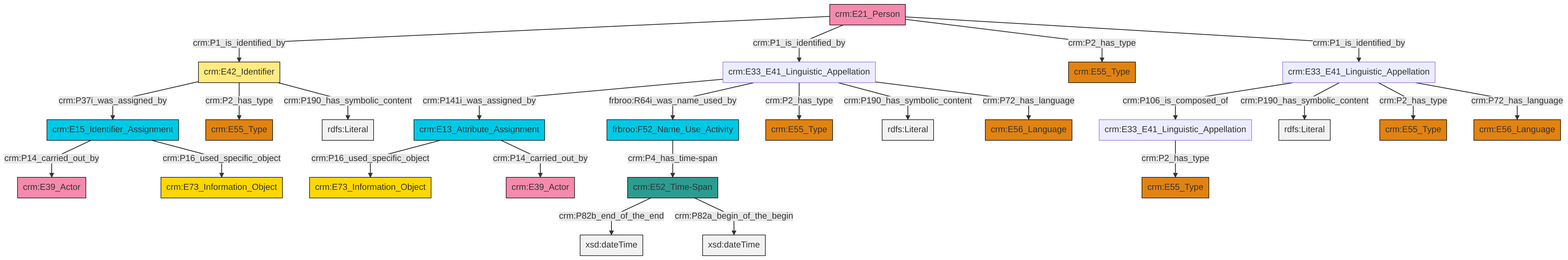
Before: et/personCSV/ttl/mmd/png/Person_Names_and_Classification.png, a diagram exported from Mermaid (swiss-art-research-net/reference-data-models). Its source is kept beside it as et/personCSV/ttl/mmd/Person_Names_and_Classification.ttl.mmd.
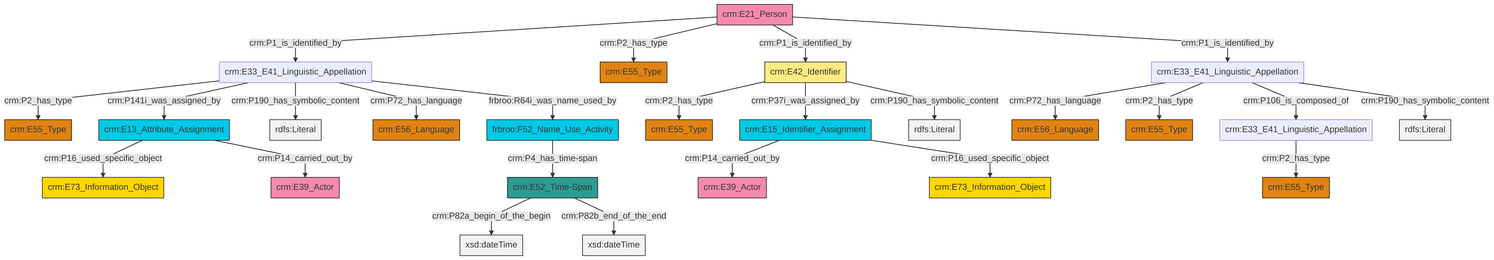
After the commit.

Change to the diagram source:
```diff
@@ -13,27 +13,27 @@
 classDef PC_Classes fill:#4ce600, stroke:#000000;
 classDef Multi fill:#cccccc,stroke:#000000;
 
-2["crm:E21_Person"]:::Actor -->|crm:P1_is_identified_by| 3["crm:E42_Identifier"]:::Appellation
-3["crm:E42_Identifier"]:::Appellation -->|crm:P37i_was_assigned_by| 6["crm:E15_Identifier_Assignment"]:::Temporal_Entity
-3["crm:E42_Identifier"]:::Appellation -->|crm:P2_has_type| 7["crm:E55_Type"]:::Type
-2["crm:E21_Person"]:::Actor -->|crm:P1_is_identified_by| 8["crm:E33_E41_Linguistic_Appellation"]:::Default
-11["crm:E52_Time-Span"]:::Time-Span -->|crm:P82b_end_of_the_end| 12[xsd:dateTime]:::Literal
-16["crm:E13_Attribute_Assignment"]:::Temporal_Entity -->|crm:P16_used_specific_object| 17["crm:E73_Information_Object"]:::Conceptual_Object
-11["crm:E52_Time-Span"]:::Time-Span -->|crm:P82a_begin_of_the_begin| 19[xsd:dateTime]:::Literal
-8["crm:E33_E41_Linguistic_Appellation"]:::Default -->|crm:P141i_was_assigned_by| 16["crm:E13_Attribute_Assignment"]:::Temporal_Entity
-6["crm:E15_Identifier_Assignment"]:::Temporal_Entity -->|crm:P14_carried_out_by| 23["crm:E39_Actor"]:::Actor
-2["crm:E21_Person"]:::Actor -->|crm:P2_has_type| 26["crm:E55_Type"]:::Type
-20["frbroo:F52_Name_Use_Activity"]:::Temporal_Entity -->|crm:P4_has_time-span| 11["crm:E52_Time-Span"]:::Time-Span
-8["crm:E33_E41_Linguistic_Appellation"]:::Default -->|frbroo:R64i_was_name_used_by| 20["frbroo:F52_Name_Use_Activity"]:::Temporal_Entity
-34["crm:E33_E41_Linguistic_Appellation"]:::Default -->|crm:P106_is_composed_of| 0["crm:E33_E41_Linguistic_Appellation"]:::Default
-6["crm:E15_Identifier_Assignment"]:::Temporal_Entity -->|crm:P16_used_specific_object| 14["crm:E73_Information_Object"]:::Conceptual_Object
-34["crm:E33_E41_Linguistic_Appellation"]:::Default -->|crm:P190_has_symbolic_content| 38[rdfs:Literal]:::Literal
-16["crm:E13_Attribute_Assignment"]:::Temporal_Entity -->|crm:P14_carried_out_by| 36["crm:E39_Actor"]:::Actor
-8["crm:E33_E41_Linguistic_Appellation"]:::Default -->|crm:P2_has_type| 28["crm:E55_Type"]:::Type
-34["crm:E33_E41_Linguistic_Appellation"]:::Default -->|crm:P2_has_type| 4["crm:E55_Type"]:::Type
-8["crm:E33_E41_Linguistic_Appellation"]:::Default -->|crm:P190_has_symbolic_content| 40[rdfs:Literal]:::Literal
-2["crm:E21_Person"]:::Actor -->|crm:P1_is_identified_by| 34["crm:E33_E41_Linguistic_Appellation"]:::Default
-0["crm:E33_E41_Linguistic_Appellation"]:::Default -->|crm:P2_has_type| 9["crm:E55_Type"]:::Type
-8["crm:E33_E41_Linguistic_Appellation"]:::Default -->|crm:P72_has_language| 31["crm:E56_Language"]:::Type
-3["crm:E42_Identifier"]:::Appellation -->|crm:P190_has_symbolic_content| 44[rdfs:Literal]:::Literal
-34["crm:E33_E41_Linguistic_Appellation"]:::Default -->|crm:P72_has_language| 42["crm:E56_Language"]:::Type
+0["crm:E33_E41_Linguistic_Appellation"]:::Default -->|crm:P2_has_type| 1["crm:E55_Type"]:::Type
+2["crm:E33_E41_Linguistic_Appellation"]:::Default -->|crm:P72_has_language| 3["crm:E56_Language"]:::Type
+7["crm:E42_Identifier"]:::Appellation -->|crm:P2_has_type| 8["crm:E55_Type"]:::Type
+0["crm:E33_E41_Linguistic_Appellation"]:::Default -->|crm:P141i_was_assigned_by| 11["crm:E13_Attribute_Assignment"]:::Temporal_Entity
+16["crm:E21_Person"]:::Actor -->|crm:P1_is_identified_by| 0["crm:E33_E41_Linguistic_Appellation"]:::Default
+16["crm:E21_Person"]:::Actor -->|crm:P2_has_type| 25["crm:E55_Type"]:::Type
+16["crm:E21_Person"]:::Actor -->|crm:P1_is_identified_by| 7["crm:E42_Identifier"]:::Appellation
+0["crm:E33_E41_Linguistic_Appellation"]:::Default -->|crm:P190_has_symbolic_content| 29[rdfs:Literal]:::Literal
+16["crm:E21_Person"]:::Actor -->|crm:P1_is_identified_by| 2["crm:E33_E41_Linguistic_Appellation"]:::Default
+9["crm:E33_E41_Linguistic_Appellation"]:::Default -->|crm:P2_has_type| 17["crm:E55_Type"]:::Type
+34["crm:E15_Identifier_Assignment"]:::Temporal_Entity -->|crm:P14_carried_out_by| 35["crm:E39_Actor"]:::Actor
+7["crm:E42_Identifier"]:::Appellation -->|crm:P37i_was_assigned_by| 34["crm:E15_Identifier_Assignment"]:::Temporal_Entity
+30["crm:E52_Time-Span"]:::Time-Span -->|crm:P82a_begin_of_the_begin| 36[xsd:dateTime]:::Literal
+2["crm:E33_E41_Linguistic_Appellation"]:::Default -->|crm:P2_has_type| 38["crm:E55_Type"]:::Type
+0["crm:E33_E41_Linguistic_Appellation"]:::Default -->|crm:P72_has_language| 12["crm:E56_Language"]:::Type
+2["crm:E33_E41_Linguistic_Appellation"]:::Default -->|crm:P106_is_composed_of| 9["crm:E33_E41_Linguistic_Appellation"]:::Default
+19["frbroo:F52_Name_Use_Activity"]:::Temporal_Entity -->|crm:P4_has_time-span| 30["crm:E52_Time-Span"]:::Time-Span
+0["crm:E33_E41_Linguistic_Appellation"]:::Default -->|frbroo:R64i_was_name_used_by| 19["frbroo:F52_Name_Use_Activity"]:::Temporal_Entity
+11["crm:E13_Attribute_Assignment"]:::Temporal_Entity -->|crm:P16_used_specific_object| 14["crm:E73_Information_Object"]:::Conceptual_Object
+34["crm:E15_Identifier_Assignment"]:::Temporal_Entity -->|crm:P16_used_specific_object| 27["crm:E73_Information_Object"]:::Conceptual_Object
+30["crm:E52_Time-Span"]:::Time-Span -->|crm:P82b_end_of_the_end| 44[xsd:dateTime]:::Literal
+7["crm:E42_Identifier"]:::Appellation -->|crm:P190_has_symbolic_content| 45[rdfs:Literal]:::Literal
+11["crm:E13_Attribute_Assignment"]:::Temporal_Entity -->|crm:P14_carried_out_by| 5["crm:E39_Actor"]:::Actor
+2["crm:E33_E41_Linguistic_Appellation"]:::Default -->|crm:P190_has_symbolic_content| 46[rdfs:Literal]:::Literal
```
